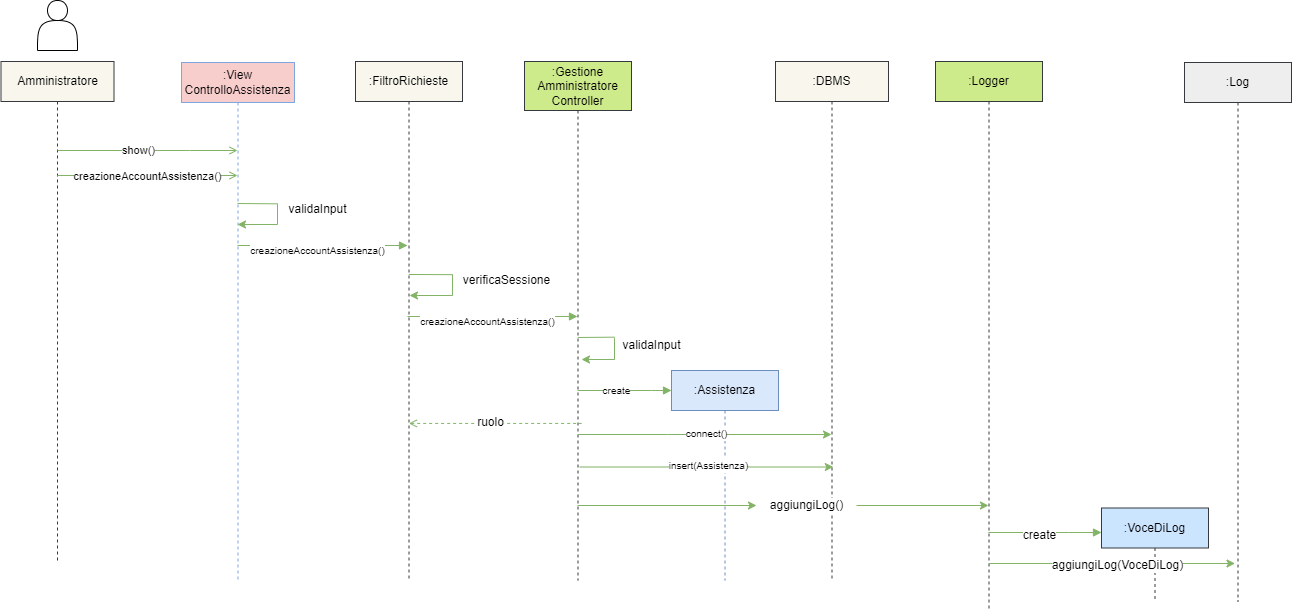
This is DiagrammiSequenzaAvanzato/DiagrammaSequenzaCreazioneAssistenzaAvanzato.drawio.png from Iannicc/Pet-Party, a draw.io export, as it was before one commit. Source tidied: cells renumbered, new cells last; positions are measured from the earlier drawing's top-left corner, leaving out a move shared by most shapes. Source of this version:
```xml
<mxGraphModel background="#655353">
  <root>
    <mxCell id="0" />
    <mxCell id="1" parent="0" />
    <mxCell id="2" value="&lt;font color=&quot;#000000&quot;&gt;:View ControlloAssistenza&lt;/font&gt;" style="shape=umlLifeline;perimeter=lifelinePerimeter;whiteSpace=wrap;html=1;newEdgeStyle={&quot;edgeStyle&quot;:&quot;elbowEdgeStyle&quot;,&quot;elbow&quot;:&quot;vertical&quot;,&quot;curved&quot;:0,&quot;rounded&quot;:0};fillColor=#f8cecc;strokeColor=#7EA6E0;" parent="1" vertex="1">
      <mxGeometry x="180" y="62" width="113" height="518" as="geometry" />
    </mxCell>
    <mxCell id="3" value="&lt;font color=&quot;#000000&quot;&gt;:FiltroRichieste&lt;/font&gt;" style="shape=umlLifeline;perimeter=lifelinePerimeter;whiteSpace=wrap;html=1;newEdgeStyle={&quot;edgeStyle&quot;:&quot;elbowEdgeStyle&quot;,&quot;elbow&quot;:&quot;vertical&quot;,&quot;curved&quot;:0,&quot;rounded&quot;:0};fillColor=#f9f7ed;strokeColor=#36393d;" parent="1" vertex="1">
      <mxGeometry x="354" y="61" width="107" height="519" as="geometry" />
    </mxCell>
    <mxCell id="4" style="shape=actor;whiteSpace=wrap;html=1;" parent="1" vertex="1">
      <mxGeometry x="36" width="40" height="50" as="geometry" />
    </mxCell>
    <mxCell id="5" value="&lt;font color=&quot;#000000&quot;&gt;Amministratore&lt;/font&gt;" style="shape=umlLifeline;perimeter=lifelinePerimeter;whiteSpace=wrap;html=1;newEdgeStyle={&quot;edgeStyle&quot;:&quot;elbowEdgeStyle&quot;,&quot;elbow&quot;:&quot;vertical&quot;,&quot;curved&quot;:0,&quot;rounded&quot;:0};fillColor=#f9f7ed;strokeColor=#36393d;" parent="1" vertex="1">
      <mxGeometry x="-0.5" y="61" width="113" height="499" as="geometry" />
    </mxCell>
    <mxCell id="6" style="html=1;verticalAlign=bottom;endArrow=open;edgeStyle=elbowEdgeStyle;elbow=vertical;curved=0;rounded=0;fillColor=#d5e8d4;strokeColor=#82b366;endFill=0;" parent="1" edge="1">
      <mxGeometry relative="1" as="geometry">
        <mxPoint x="56" y="150" as="sourcePoint" />
        <mxPoint x="236" y="150" as="targetPoint" />
        <Array as="points">
          <mxPoint x="188" y="150" />
        </Array>
      </mxGeometry>
    </mxCell>
    <mxCell id="7" value="show()" style="edgeLabel;html=1;align=center;verticalAlign=middle;labelBackgroundColor=#ffffff;fontColor=#000000;" parent="6" vertex="1">
      <mxGeometry x="-0.17" y="3" relative="1" as="geometry">
        <mxPoint x="6" y="3" as="offset" />
      </mxGeometry>
    </mxCell>
    <mxCell id="8" value="&lt;font color=&quot;#000000&quot;&gt;validaInput&lt;/font&gt;" style="text;html=1;align=center;verticalAlign=middle;strokeColor=none;fillColor=none;" parent="1" vertex="1">
      <mxGeometry x="276" y="194" width="80" height="30" as="geometry" />
    </mxCell>
    <mxCell id="9" style="edgeStyle=elbowEdgeStyle;rounded=0;orthogonalLoop=1;jettySize=auto;html=1;elbow=vertical;curved=0;strokeColor=#82b366;fillColor=#d5e8d4;endArrow=none;endFill=0;" parent="1" edge="1">
      <mxGeometry relative="1" as="geometry">
        <mxPoint x="236" y="203" as="sourcePoint" />
        <mxPoint x="276" y="203" as="targetPoint" />
      </mxGeometry>
    </mxCell>
    <mxCell id="10" style="edgeStyle=orthogonalEdgeStyle;rounded=0;orthogonalLoop=1;jettySize=auto;html=1;strokeColor=#82b366;fillColor=#d5e8d4;endArrow=classic;endFill=1;" parent="1" edge="1">
      <mxGeometry relative="1" as="geometry">
        <mxPoint x="276" y="203" as="sourcePoint" />
        <mxPoint x="236" y="224" as="targetPoint" />
        <Array as="points">
          <mxPoint x="276" y="204" />
          <mxPoint x="276" y="224" />
        </Array>
      </mxGeometry>
    </mxCell>
    <mxCell id="11" style="edgeStyle=elbowEdgeStyle;rounded=0;orthogonalLoop=1;jettySize=auto;html=1;elbow=vertical;curved=0;strokeColor=#82b366;fillColor=#d5e8d4;endArrow=none;endFill=0;" parent="1" edge="1">
      <mxGeometry relative="1" as="geometry">
        <mxPoint x="407.3" y="274" as="sourcePoint" />
        <mxPoint x="451" y="274" as="targetPoint" />
      </mxGeometry>
    </mxCell>
    <mxCell id="12" style="edgeStyle=orthogonalEdgeStyle;rounded=0;orthogonalLoop=1;jettySize=auto;html=1;strokeColor=#82b366;fillColor=#d5e8d4;endArrow=classic;endFill=1;" parent="1" edge="1">
      <mxGeometry relative="1" as="geometry">
        <mxPoint x="451" y="274" as="sourcePoint" />
        <mxPoint x="408" y="295" as="targetPoint" />
        <Array as="points">
          <mxPoint x="451" y="295" />
        </Array>
      </mxGeometry>
    </mxCell>
    <mxCell id="13" value="verificaSessione" style="text;html=1;align=center;verticalAlign=middle;strokeColor=none;fillColor=none;fontSize=12;fontFamily=Helvetica;fontColor=#000000;" parent="1" vertex="1">
      <mxGeometry x="450" y="265" width="110" height="30" as="geometry" />
    </mxCell>
    <mxCell id="14" style="html=1;verticalAlign=bottom;endArrow=block;edgeStyle=elbowEdgeStyle;elbow=vertical;curved=0;rounded=0;fillColor=#d5e8d4;strokeColor=#82b366;endFill=1;" parent="1" edge="1" target="16">
      <mxGeometry relative="1" as="geometry">
        <mxPoint x="406" y="316" as="sourcePoint" />
        <Array as="points">
          <mxPoint x="486" y="316" />
          <mxPoint x="537" y="254" />
        </Array>
      </mxGeometry>
    </mxCell>
    <mxCell id="15" value="&lt;font style=&quot;font-size: 10px;&quot;&gt;creazioneAccountAssistenza()&lt;/font&gt;" style="text;html=1;align=center;verticalAlign=middle;strokeColor=none;fillColor=none;labelBackgroundColor=#ffffff;fontColor=#000000;" parent="1" vertex="1">
      <mxGeometry x="406" y="306" width="160" height="30" as="geometry" />
    </mxCell>
    <mxCell id="16" value="&lt;font color=&quot;#000000&quot;&gt;:Gestione Amministratore Controller&lt;/font&gt;" style="shape=umlLifeline;perimeter=lifelinePerimeter;whiteSpace=wrap;html=1;outlineConnect=0;portConstraint=eastwest;newEdgeStyle={&quot;edgeStyle&quot;:&quot;elbowEdgeStyle&quot;,&quot;elbow&quot;:&quot;vertical&quot;,&quot;curved&quot;:0,&quot;rounded&quot;:0};fillColor=#cdeb8b;strokeColor=#36393d;size=49;" parent="1" vertex="1">
      <mxGeometry x="523" y="61" width="107" height="519" as="geometry" />
    </mxCell>
    <mxCell id="17" value="validaInput" style="text;html=1;align=center;verticalAlign=middle;strokeColor=none;fillColor=none;fontSize=12;fontFamily=Helvetica;fontColor=#000000;" parent="1" vertex="1">
      <mxGeometry x="610" y="330" width="80" height="30" as="geometry" />
    </mxCell>
    <mxCell id="18" value="&lt;font color=&quot;#000000&quot;&gt;:DBMS&lt;/font&gt;" style="shape=umlLifeline;perimeter=lifelinePerimeter;whiteSpace=wrap;html=1;newEdgeStyle={&quot;edgeStyle&quot;:&quot;elbowEdgeStyle&quot;,&quot;elbow&quot;:&quot;vertical&quot;,&quot;curved&quot;:0,&quot;rounded&quot;:0};fillColor=#f9f7ed;strokeColor=#36393d;" parent="1" vertex="1">
      <mxGeometry x="774" y="61" width="113" height="519" as="geometry" />
    </mxCell>
    <mxCell id="19" style="edgeStyle=elbowEdgeStyle;rounded=0;orthogonalLoop=1;jettySize=auto;html=1;elbow=vertical;curved=0;strokeColor=#82b366;fillColor=#d5e8d4;endArrow=none;endFill=0;" parent="1" edge="1">
      <mxGeometry relative="1" as="geometry">
        <mxPoint x="576.4" y="337" as="sourcePoint" />
        <mxPoint x="613" y="337" as="targetPoint" />
      </mxGeometry>
    </mxCell>
    <mxCell id="20" style="edgeStyle=orthogonalEdgeStyle;rounded=0;orthogonalLoop=1;jettySize=auto;html=1;strokeColor=#82b366;fillColor=#d5e8d4;endArrow=classic;endFill=1;" parent="1" edge="1">
      <mxGeometry relative="1" as="geometry">
        <mxPoint x="613" y="337" as="sourcePoint" />
        <mxPoint x="580" y="359" as="targetPoint" />
        <Array as="points">
          <mxPoint x="613" y="338" />
          <mxPoint x="613" y="358" />
        </Array>
      </mxGeometry>
    </mxCell>
    <mxCell id="21" style="html=1;verticalAlign=bottom;endArrow=none;edgeStyle=elbowEdgeStyle;elbow=vertical;curved=0;rounded=0;fillColor=#d5e8d4;strokeColor=#82b366;endFill=0;entryX=0.533;entryY=0.836;entryDx=0;entryDy=0;entryPerimeter=0;startArrow=open;startFill=0;dashed=1;" parent="1" edge="1">
      <mxGeometry relative="1" as="geometry">
        <mxPoint x="407.4" y="422.9" as="sourcePoint" />
        <mxPoint x="580" y="422.5" as="targetPoint" />
        <Array as="points">
          <mxPoint x="584.3" y="422.9" />
        </Array>
      </mxGeometry>
    </mxCell>
    <mxCell id="22" value="ruolo" style="edgeLabel;html=1;align=center;verticalAlign=middle;fontSize=12;fontFamily=Helvetica;fontColor=#000000;labelBackgroundColor=#ffffff;" parent="21" vertex="1">
      <mxGeometry x="-0.06" y="1" relative="1" as="geometry" />
    </mxCell>
    <mxCell id="23" value="&lt;font color=&quot;#000000&quot;&gt;:Logger&lt;/font&gt;" style="shape=umlLifeline;perimeter=lifelinePerimeter;whiteSpace=wrap;html=1;outlineConnect=0;portConstraint=eastwest;newEdgeStyle={&quot;edgeStyle&quot;:&quot;elbowEdgeStyle&quot;,&quot;elbow&quot;:&quot;vertical&quot;,&quot;curved&quot;:0,&quot;rounded&quot;:0};fillColor=#cdeb8b;strokeColor=#36393d;" parent="1" vertex="1">
      <mxGeometry x="934" y="61" width="107" height="549" as="geometry" />
    </mxCell>
    <mxCell id="24" style="html=1;verticalAlign=bottom;endArrow=classic;edgeStyle=elbowEdgeStyle;elbow=vertical;curved=0;rounded=0;fillColor=#d5e8d4;strokeColor=#82b366;endFill=1;" parent="1" edge="1">
      <mxGeometry relative="1" as="geometry">
        <mxPoint x="576.4" y="434" as="sourcePoint" />
        <mxPoint x="830" y="434" as="targetPoint" />
        <Array as="points">
          <mxPoint x="666" y="434" />
          <mxPoint x="717" y="372" />
        </Array>
      </mxGeometry>
    </mxCell>
    <mxCell id="25" style="html=1;verticalAlign=bottom;endArrow=block;edgeStyle=elbowEdgeStyle;elbow=vertical;curved=0;rounded=0;fillColor=#d5e8d4;strokeColor=#82b366;endFill=1;" parent="1" edge="1">
      <mxGeometry relative="1" as="geometry">
        <mxPoint x="987" y="532" as="sourcePoint" />
        <mxPoint x="1100" y="532" as="targetPoint" />
        <Array as="points">
          <mxPoint x="1067" y="532" />
          <mxPoint x="1118" y="470" />
        </Array>
      </mxGeometry>
    </mxCell>
    <mxCell id="26" value="&lt;font&gt;create&lt;/font&gt;" style="text;html=1;align=center;verticalAlign=middle;strokeColor=none;fillColor=none;labelBackgroundColor=#ffffff;fontColor=#000000;" parent="1" vertex="1">
      <mxGeometry x="1007.6" y="520" width="60" height="30" as="geometry" />
    </mxCell>
    <mxCell id="27" value="&lt;font color=&quot;#000000&quot;&gt;:VoceDiLog&lt;/font&gt;" style="shape=umlLifeline;perimeter=lifelinePerimeter;whiteSpace=wrap;html=1;newEdgeStyle={&quot;edgeStyle&quot;:&quot;elbowEdgeStyle&quot;,&quot;elbow&quot;:&quot;vertical&quot;,&quot;curved&quot;:0,&quot;rounded&quot;:0};fillColor=#cce5ff;strokeColor=#36393d;" parent="1" vertex="1">
      <mxGeometry x="1100" y="507.5" width="107" height="92.5" as="geometry" />
    </mxCell>
    <mxCell id="28" style="html=1;verticalAlign=bottom;endArrow=classic;edgeStyle=elbowEdgeStyle;elbow=vertical;curved=0;rounded=0;fillColor=#d5e8d4;strokeColor=#82b366;endFill=1;entryX=0.472;entryY=0.928;entryDx=0;entryDy=0;entryPerimeter=0;" parent="1" edge="1" target="30">
      <mxGeometry relative="1" as="geometry">
        <mxPoint x="987.3" y="563" as="sourcePoint" />
        <Array as="points">
          <mxPoint x="1083.6" y="563" />
          <mxPoint x="1134.6" y="501" />
        </Array>
      </mxGeometry>
    </mxCell>
    <mxCell id="29" value="&lt;font&gt;aggiungiLog(VoceDiLog)&lt;/font&gt;" style="text;html=1;align=center;verticalAlign=middle;strokeColor=none;fillColor=none;labelBackgroundColor=#ffffff;fontColor=#000000;" parent="1" vertex="1">
      <mxGeometry x="1041" y="550" width="150" height="30" as="geometry" />
    </mxCell>
    <mxCell id="30" value="&lt;font color=&quot;#000000&quot;&gt;:Log&lt;/font&gt;" style="shape=umlLifeline;perimeter=lifelinePerimeter;whiteSpace=wrap;html=1;outlineConnect=0;portConstraint=eastwest;newEdgeStyle={&quot;edgeStyle&quot;:&quot;elbowEdgeStyle&quot;,&quot;elbow&quot;:&quot;vertical&quot;,&quot;curved&quot;:0,&quot;rounded&quot;:0};fillColor=#eeeeee;strokeColor=#36393d;" parent="1" vertex="1">
      <mxGeometry x="1183" y="62" width="107" height="539" as="geometry" />
    </mxCell>
    <mxCell id="31" style="html=1;verticalAlign=bottom;endArrow=open;edgeStyle=elbowEdgeStyle;elbow=vertical;curved=0;rounded=0;fillColor=#d5e8d4;strokeColor=#82b366;endFill=0;" parent="1" edge="1">
      <mxGeometry relative="1" as="geometry">
        <mxPoint x="55.8" y="175" as="sourcePoint" />
        <mxPoint x="236" y="175" as="targetPoint" />
        <Array as="points">
          <mxPoint x="198" y="175" />
        </Array>
      </mxGeometry>
    </mxCell>
    <mxCell id="32" value="creazioneAccountAssistenza()" style="edgeLabel;html=1;align=center;verticalAlign=middle;labelBackgroundColor=#ffffff;fontColor=#000000;" parent="31" vertex="1">
      <mxGeometry x="-0.17" y="3" relative="1" as="geometry">
        <mxPoint x="16" y="4" as="offset" />
      </mxGeometry>
    </mxCell>
    <mxCell id="33" style="html=1;verticalAlign=bottom;endArrow=block;edgeStyle=elbowEdgeStyle;elbow=vertical;curved=0;rounded=0;fillColor=#d5e8d4;strokeColor=#82b366;endFill=1;" parent="1" edge="1" source="16">
      <mxGeometry relative="1" as="geometry">
        <mxPoint x="670" y="390" as="targetPoint" />
        <Array as="points">
          <mxPoint x="650" y="390" />
          <mxPoint x="701" y="327" />
        </Array>
      </mxGeometry>
    </mxCell>
    <mxCell id="34" value="&lt;font style=&quot;font-size: 10px;&quot;&gt;create&lt;/font&gt;" style="text;html=1;align=center;verticalAlign=middle;strokeColor=none;fillColor=none;labelBackgroundColor=#ffffff;fontColor=#000000;" parent="1" vertex="1">
      <mxGeometry x="590" y="375" width="50" height="30" as="geometry" />
    </mxCell>
    <mxCell id="35" value="&lt;font color=&quot;#000000&quot;&gt;:Assistenza&lt;/font&gt;" style="shape=umlLifeline;perimeter=lifelinePerimeter;whiteSpace=wrap;html=1;newEdgeStyle={&quot;edgeStyle&quot;:&quot;elbowEdgeStyle&quot;,&quot;elbow&quot;:&quot;vertical&quot;,&quot;curved&quot;:0,&quot;rounded&quot;:0};fillColor=#dae8fc;strokeColor=#6c8ebf;" parent="1" vertex="1">
      <mxGeometry x="670" y="370" width="107" height="210" as="geometry" />
    </mxCell>
    <mxCell id="36" value="&lt;font style=&quot;font-size: 10px;&quot;&gt;connect()&lt;/font&gt;" style="text;html=1;align=center;verticalAlign=middle;strokeColor=none;fillColor=none;labelBackgroundColor=#ffffff;fontColor=#000000;" parent="1" vertex="1">
      <mxGeometry x="670" y="417.5" width="70" height="30" as="geometry" />
    </mxCell>
    <mxCell id="37" style="html=1;verticalAlign=bottom;endArrow=classic;edgeStyle=elbowEdgeStyle;elbow=vertical;curved=0;rounded=0;fillColor=#d5e8d4;strokeColor=#82b366;endFill=1;" parent="1" edge="1">
      <mxGeometry relative="1" as="geometry">
        <mxPoint x="578.2" y="466.5" as="sourcePoint" />
        <mxPoint x="831.8" y="466.5" as="targetPoint" />
        <Array as="points">
          <mxPoint x="667.8" y="466.5" />
          <mxPoint x="718.8" y="404.5" />
        </Array>
      </mxGeometry>
    </mxCell>
    <mxCell id="38" value="&lt;font style=&quot;font-size: 10px;&quot;&gt;insert(Assistenza)&lt;br&gt;&lt;/font&gt;" style="text;html=1;align=center;verticalAlign=middle;strokeColor=none;fillColor=none;labelBackgroundColor=#ffffff;fontColor=#000000;" parent="1" vertex="1">
      <mxGeometry x="656.8" y="450" width="100" height="30" as="geometry" />
    </mxCell>
    <mxCell id="39" style="html=1;verticalAlign=bottom;endArrow=classic;edgeStyle=elbowEdgeStyle;elbow=vertical;curved=0;rounded=0;fillColor=#d5e8d4;strokeColor=#82b366;endFill=1;" parent="1" edge="1" source="41" target="23">
      <mxGeometry relative="1" as="geometry">
        <Array as="points">
          <mxPoint x="854.1" y="503" />
          <mxPoint x="905.1" y="441" />
        </Array>
      </mxGeometry>
    </mxCell>
    <mxCell id="40" style="html=1;verticalAlign=bottom;endArrow=classic;edgeStyle=elbowEdgeStyle;elbow=vertical;curved=0;rounded=0;fillColor=#d5e8d4;strokeColor=#82b366;endFill=1;" parent="1" edge="1" source="16" target="41">
      <mxGeometry relative="1" as="geometry" />
    </mxCell>
    <mxCell id="41" value="&lt;font&gt;aggiungiLog()&lt;/font&gt;" style="text;html=1;align=center;verticalAlign=middle;points=[];strokeColor=none;fillColor=none;labelBackgroundColor=#ffffff;fontColor=#000000;" parent="1" vertex="1">
      <mxGeometry x="755" y="490" width="100" height="30" as="geometry" />
    </mxCell>
    <mxCell id="42" style="html=1;verticalAlign=bottom;endArrow=block;edgeStyle=elbowEdgeStyle;elbow=vertical;curved=0;rounded=0;fillColor=#d5e8d4;strokeColor=#82b366;endFill=1;" parent="1" edge="1">
      <mxGeometry relative="1" as="geometry">
        <mxPoint x="236" y="245" as="sourcePoint" />
        <mxPoint x="406" y="245" as="targetPoint" />
        <Array as="points">
          <mxPoint x="316" y="245" />
          <mxPoint x="367" y="183" />
        </Array>
      </mxGeometry>
    </mxCell>
    <mxCell id="43" value="&lt;font style=&quot;font-size: 10px;&quot;&gt;creazioneAccountAssistenza()&lt;/font&gt;" style="text;html=1;align=center;verticalAlign=middle;strokeColor=none;fillColor=none;labelBackgroundColor=#ffffff;fontColor=#000000;" parent="1" vertex="1">
      <mxGeometry x="236" y="235" width="160" height="30" as="geometry" />
    </mxCell>
  </root>
</mxGraphModel>
```
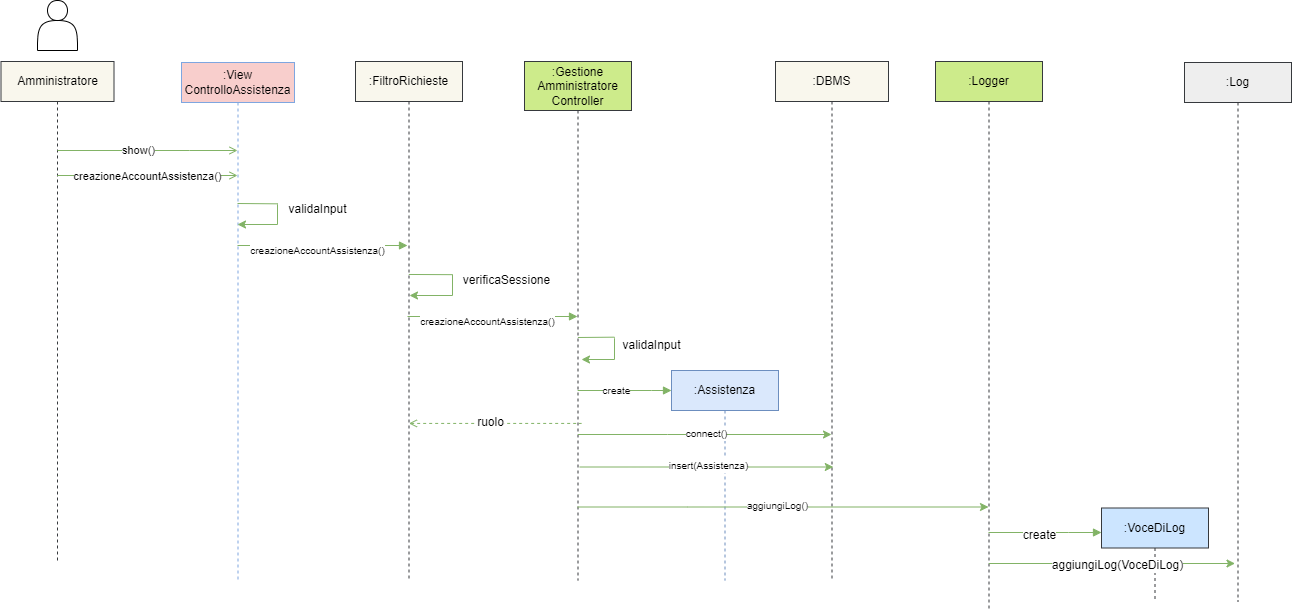
After the commit.

Change to the diagram source:
```diff
@@ -203,20 +203,6 @@
     <mxCell id="38" value="&lt;font style=&quot;font-size: 10px;&quot;&gt;insert(Assistenza)&lt;br&gt;&lt;/font&gt;" style="text;html=1;align=center;verticalAlign=middle;strokeColor=none;fillColor=none;labelBackgroundColor=#ffffff;fontColor=#000000;" parent="1" vertex="1">
       <mxGeometry x="656.8" y="450" width="100" height="30" as="geometry" />
     </mxCell>
-    <mxCell id="39" style="html=1;verticalAlign=bottom;endArrow=classic;edgeStyle=elbowEdgeStyle;elbow=vertical;curved=0;rounded=0;fillColor=#d5e8d4;strokeColor=#82b366;endFill=1;" parent="1" edge="1" source="41" target="23">
-      <mxGeometry relative="1" as="geometry">
-        <Array as="points">
-          <mxPoint x="854.1" y="503" />
-          <mxPoint x="905.1" y="441" />
-        </Array>
-      </mxGeometry>
-    </mxCell>
-    <mxCell id="40" style="html=1;verticalAlign=bottom;endArrow=classic;edgeStyle=elbowEdgeStyle;elbow=vertical;curved=0;rounded=0;fillColor=#d5e8d4;strokeColor=#82b366;endFill=1;" parent="1" edge="1" source="16" target="41">
-      <mxGeometry relative="1" as="geometry" />
-    </mxCell>
-    <mxCell id="41" value="&lt;font&gt;aggiungiLog()&lt;/font&gt;" style="text;html=1;align=center;verticalAlign=middle;points=[];strokeColor=none;fillColor=none;labelBackgroundColor=#ffffff;fontColor=#000000;" parent="1" vertex="1">
-      <mxGeometry x="755" y="490" width="100" height="30" as="geometry" />
-    </mxCell>
     <mxCell id="42" style="html=1;verticalAlign=bottom;endArrow=block;edgeStyle=elbowEdgeStyle;elbow=vertical;curved=0;rounded=0;fillColor=#d5e8d4;strokeColor=#82b366;endFill=1;" parent="1" edge="1">
       <mxGeometry relative="1" as="geometry">
         <mxPoint x="236" y="245" as="sourcePoint" />
@@ -230,5 +216,16 @@
     <mxCell id="43" value="&lt;font style=&quot;font-size: 10px;&quot;&gt;creazioneAccountAssistenza()&lt;/font&gt;" style="text;html=1;align=center;verticalAlign=middle;strokeColor=none;fillColor=none;labelBackgroundColor=#ffffff;fontColor=#000000;" parent="1" vertex="1">
       <mxGeometry x="236" y="235" width="160" height="30" as="geometry" />
     </mxCell>
+    <mxCell id="44" style="html=1;verticalAlign=bottom;endArrow=classic;edgeStyle=elbowEdgeStyle;elbow=vertical;curved=0;rounded=0;fillColor=#d5e8d4;strokeColor=#82b366;endFill=1;" parent="1" edge="1" source="16" target="23">
+      <mxGeometry relative="1" as="geometry">
+        <Array as="points">
+          <mxPoint x="686.3" y="506.5" />
+          <mxPoint x="737.3" y="444.5" />
+        </Array>
+      </mxGeometry>
+    </mxCell>
+    <mxCell id="41" value="&lt;font style=&quot;font-size: 10px;&quot;&gt;aggiungiLog()&lt;br&gt;&lt;/font&gt;" style="text;html=1;align=center;verticalAlign=middle;points=[];strokeColor=none;fillColor=none;labelBackgroundColor=#ffffff;fontColor=#000000;" parent="1" vertex="1">
+      <mxGeometry x="736" y="490" width="80" height="30" as="geometry" />
+    </mxCell>
   </root>
 </mxGraphModel>
```
